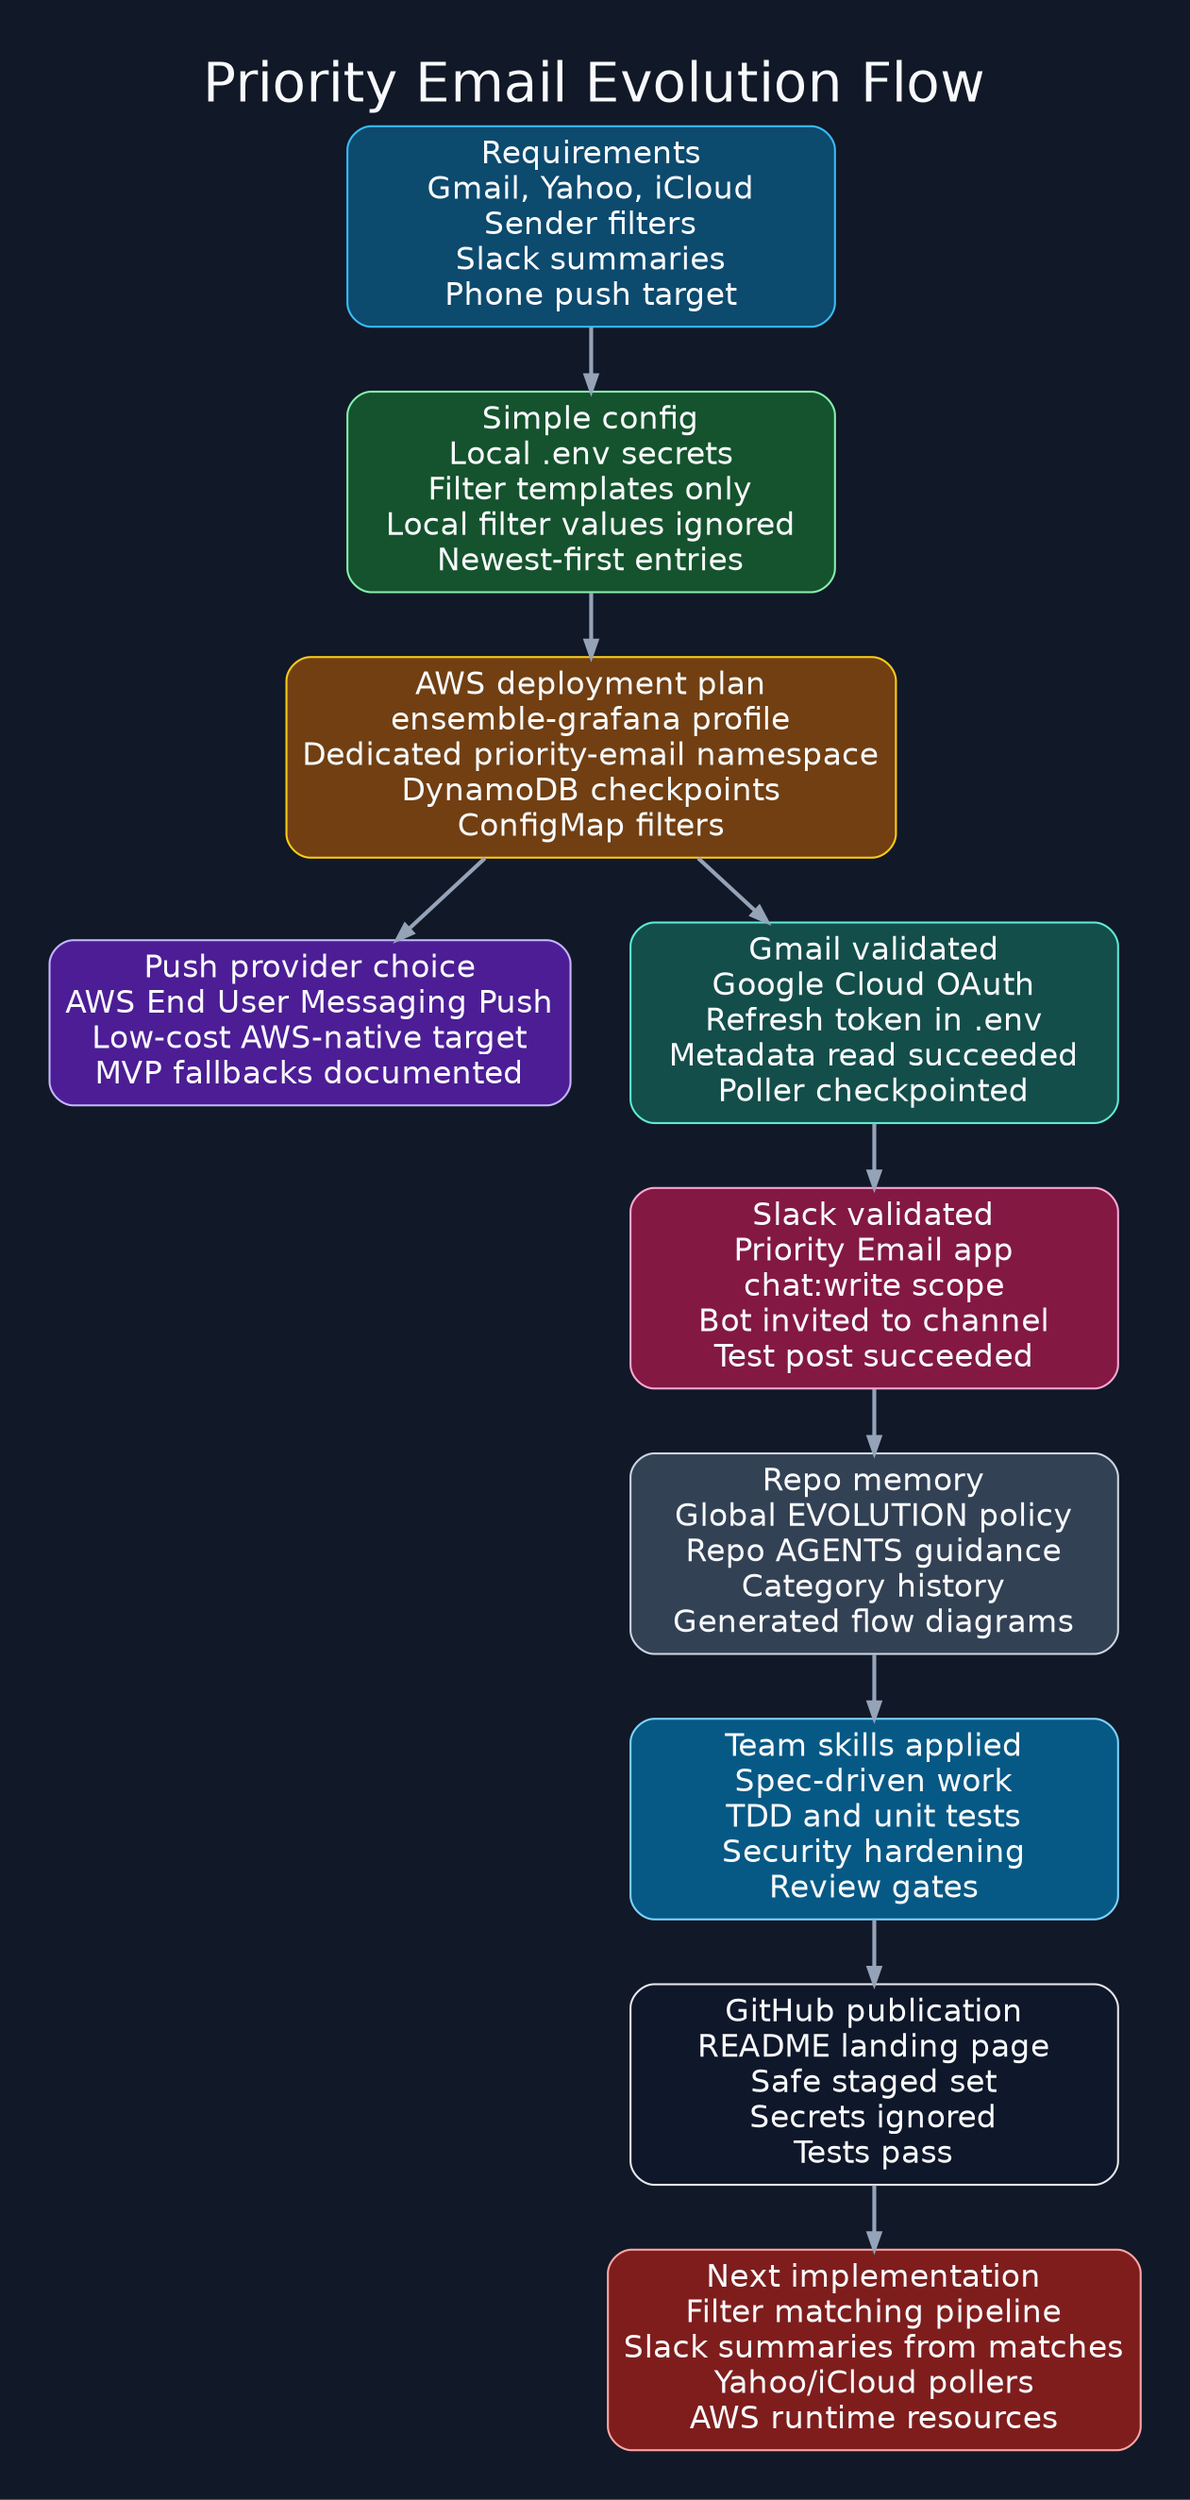
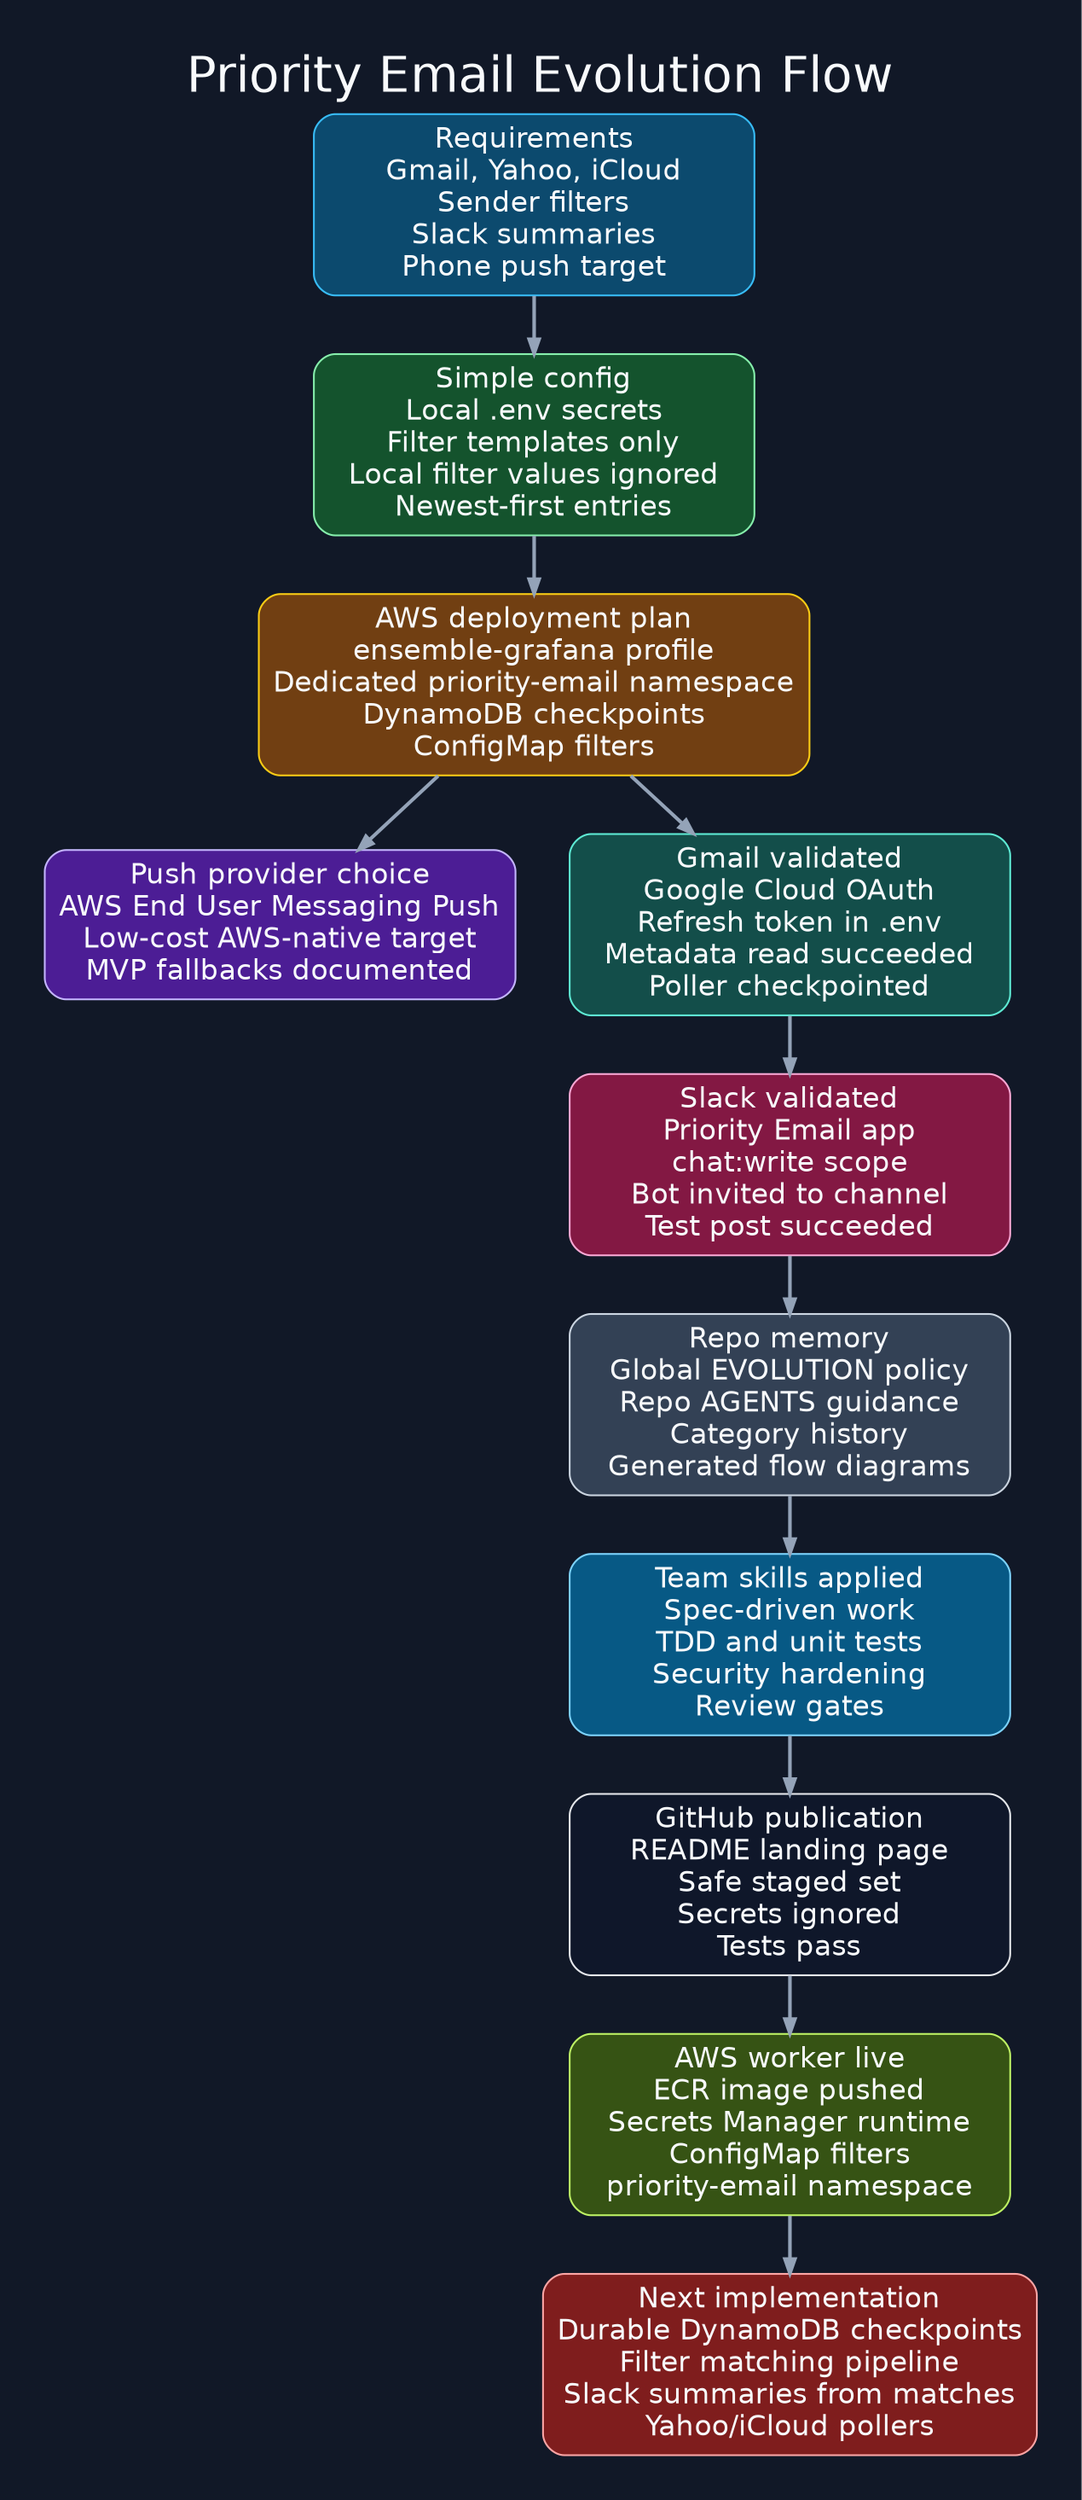
digraph priority_email_evolution_flow_dark {
  graph [
    rankdir=TB,
    bgcolor="#111827",
    pad="0.35",
    nodesep="0.42",
    ranksep="0.46",
    fontname="Helvetica",
    fontsize=28,
    fontcolor="#f8fafc",
    labelloc="t",
    label="Priority Email Evolution Flow"
  ];

  node [
    shape=box,
    style="rounded,filled",
    fontname="Helvetica",
    fontsize=16,
    margin="0.11,0.08",
    width=3.45,
    color="#cbd5e1",
    fontcolor="#f8fafc"
  ];

  edge [
    color="#94a3b8",
    arrowsize=0.8,
    penwidth=2,
    fontname="Helvetica",
    fontsize=12,
    fontcolor="#e5e7eb"
  ];

  requirements [
    label="Requirements\nGmail, Yahoo, iCloud\nSender filters\nSlack summaries\nPhone push target",
    fillcolor="#0c4a6e",
    color="#38bdf8"
  ];

  config [
    label="Simple config\nLocal .env secrets\nFilter templates only\nLocal filter values ignored\nNewest-first entries",
    fillcolor="#14532d",
    color="#86efac"
  ];

  deployment [
    label="AWS deployment plan\nensemble-grafana profile\nDedicated priority-email namespace\nDynamoDB checkpoints\nConfigMap filters",
    fillcolor="#713f12",
    color="#facc15"
  ];

  push [
    label="Push provider choice\nAWS End User Messaging Push\nLow-cost AWS-native target\nMVP fallbacks documented",
    fillcolor="#4c1d95",
    color="#c4b5fd"
  ];

  gmail [
    label="Gmail validated\nGoogle Cloud OAuth\nRefresh token in .env\nMetadata read succeeded\nPoller checkpointed",
    fillcolor="#134e4a",
    color="#5eead4"
  ];

  slack [
    label="Slack validated\nPriority Email app\nchat:write scope\nBot invited to channel\nTest post succeeded",
    fillcolor="#831843",
    color="#f9a8d4"
  ];

  policy [
    label="Repo memory\nGlobal EVOLUTION policy\nRepo AGENTS guidance\nCategory history\nGenerated flow diagrams",
    fillcolor="#334155",
    color="#cbd5e1"
  ];

  quality [
    label="Team skills applied\nSpec-driven work\nTDD and unit tests\nSecurity hardening\nReview gates",
    fillcolor="#075985",
    color="#7dd3fc"
  ];

  github [
    label="GitHub publication\nREADME landing page\nSafe staged set\nSecrets ignored\nTests pass",
    fillcolor="#0f172a",
    color="#e5e7eb"
  ];

+   aws_live [
+     label="AWS worker live\nECR image pushed\nSecrets Manager runtime\nConfigMap filters\npriority-email namespace",
+     fillcolor="#365314",
+     color="#bef264"
+   ];
+ 
  next [
-     label="Next implementation\nFilter matching pipeline\nSlack summaries from matches\nYahoo/iCloud pollers\nAWS runtime resources",
+     label="Next implementation\nDurable DynamoDB checkpoints\nFilter matching pipeline\nSlack summaries from matches\nYahoo/iCloud pollers",
    fillcolor="#7f1d1d",
    color="#fca5a5"
  ];

  requirements -> config;
  config -> deployment;
  deployment -> push;
  deployment -> gmail;
  gmail -> slack;
  slack -> policy;
  policy -> quality;
  quality -> github;
-   github -> next;
+   github -> aws_live;
+   aws_live -> next;
}
